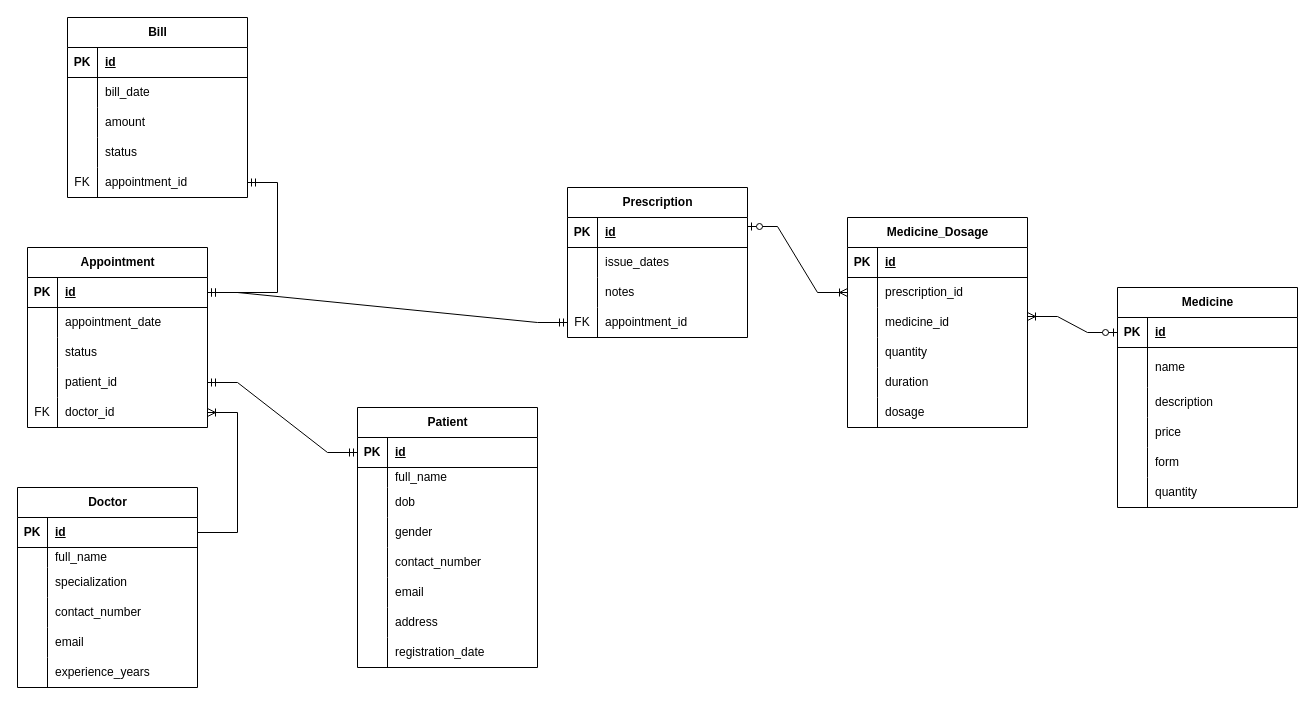
trinshika/Relationship keeps this draw.io diagram as Untitled Diagram.drawio. Above is the earlier version. Source tidied: cells renumbered, new cells numbered last; positions are measured from the earlier drawing's top-left corner, leaving out a move shared by most shapes. Both pictures are drawn from the tidied source at 100%, with x=0, y=0 at pixel (17, 17).
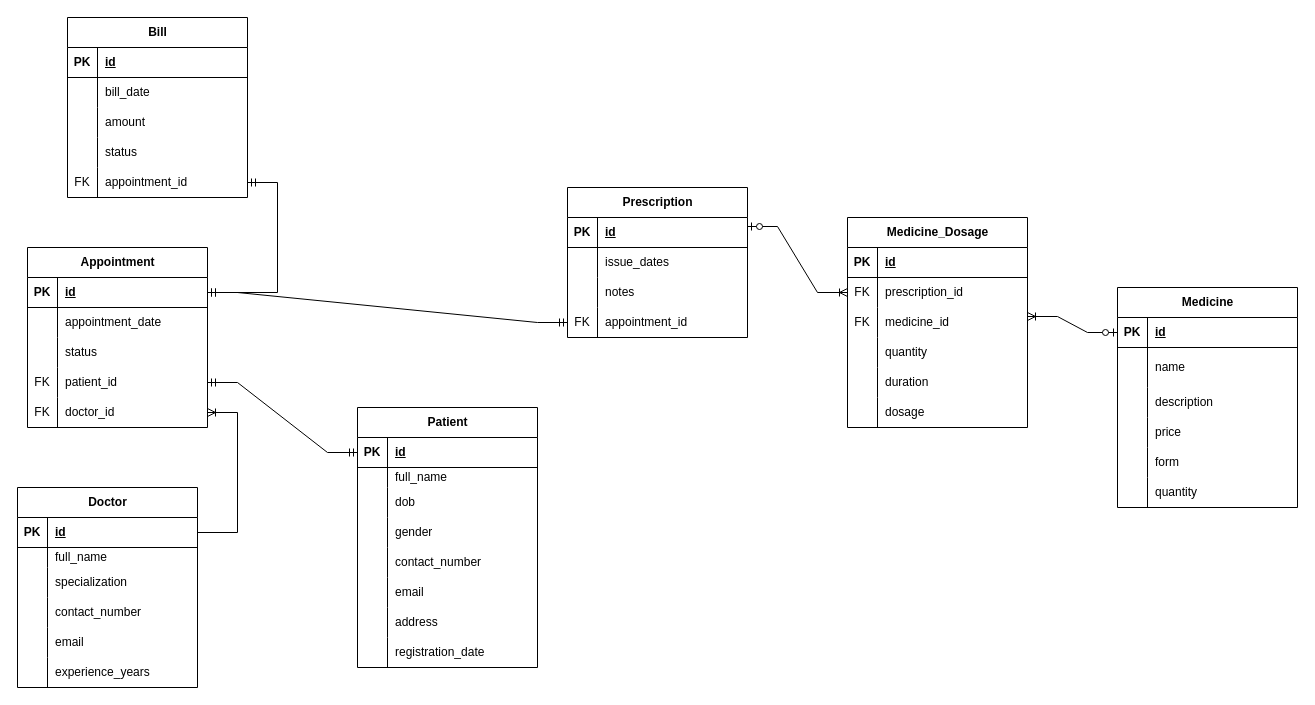
The same diagram, later.

The change refers to these unchanged cells:
```xml
<mxCell id="56" style="shape=tableRow;horizontal=0;startSize=0;swimlaneHead=0;swimlaneBody=0;fillColor=none;points=[[0,0.5],[1,0.5]];portConstraint=eastwest;top=0;left=0;right=0;bottom=0;" parent="46" vertex="1">
  <mxGeometry y="120" width="180" height="30" as="geometry" />
</mxCell>
<mxCell id="98" style="shape=tableRow;horizontal=0;startSize=0;swimlaneHead=0;swimlaneBody=0;fillColor=none;points=[[0,0.5],[1,0.5]];portConstraint=eastwest;top=0;left=0;right=0;bottom=0;" parent="94" vertex="1">
  <mxGeometry y="60" width="180" height="30" as="geometry" />
</mxCell>
<mxCell id="101" style="shape=tableRow;horizontal=0;startSize=0;swimlaneHead=0;swimlaneBody=0;fillColor=none;points=[[0,0.5],[1,0.5]];portConstraint=eastwest;top=0;left=0;right=0;bottom=0;" parent="94" vertex="1">
  <mxGeometry y="90" width="180" height="30" as="geometry" />
</mxCell>
```

Change to the diagram source:
```diff
@@
-    <mxCell id="57" style="shape=partialRectangle;fillColor=none;top=0;left=0;bottom=0;right=0;overflow=hidden;whiteSpace=wrap;html=1;" parent="56" vertex="1">
+    <mxCell id="57" value="FK" style="shape=partialRectangle;fillColor=none;top=0;left=0;bottom=0;right=0;overflow=hidden;whiteSpace=wrap;html=1;" parent="56" vertex="1">
       <mxGeometry width="30" height="30" as="geometry" />
     </mxCell>
@@
-    <mxCell id="99" style="shape=partialRectangle;fillColor=none;top=0;left=0;bottom=0;right=0;overflow=hidden;whiteSpace=wrap;html=1;" parent="98" vertex="1">
+    <mxCell id="99" value="FK" style="shape=partialRectangle;fillColor=none;top=0;left=0;bottom=0;right=0;overflow=hidden;whiteSpace=wrap;html=1;" parent="98" vertex="1">
       <mxGeometry width="30" height="30" as="geometry" />
     </mxCell>
@@
-    <mxCell id="102" style="shape=partialRectangle;fillColor=none;top=0;left=0;bottom=0;right=0;overflow=hidden;whiteSpace=wrap;html=1;" parent="101" vertex="1">
+    <mxCell id="102" value="FK" style="shape=partialRectangle;fillColor=none;top=0;left=0;bottom=0;right=0;overflow=hidden;whiteSpace=wrap;html=1;" parent="101" vertex="1">
       <mxGeometry width="30" height="30" as="geometry" />
     </mxCell>
```
